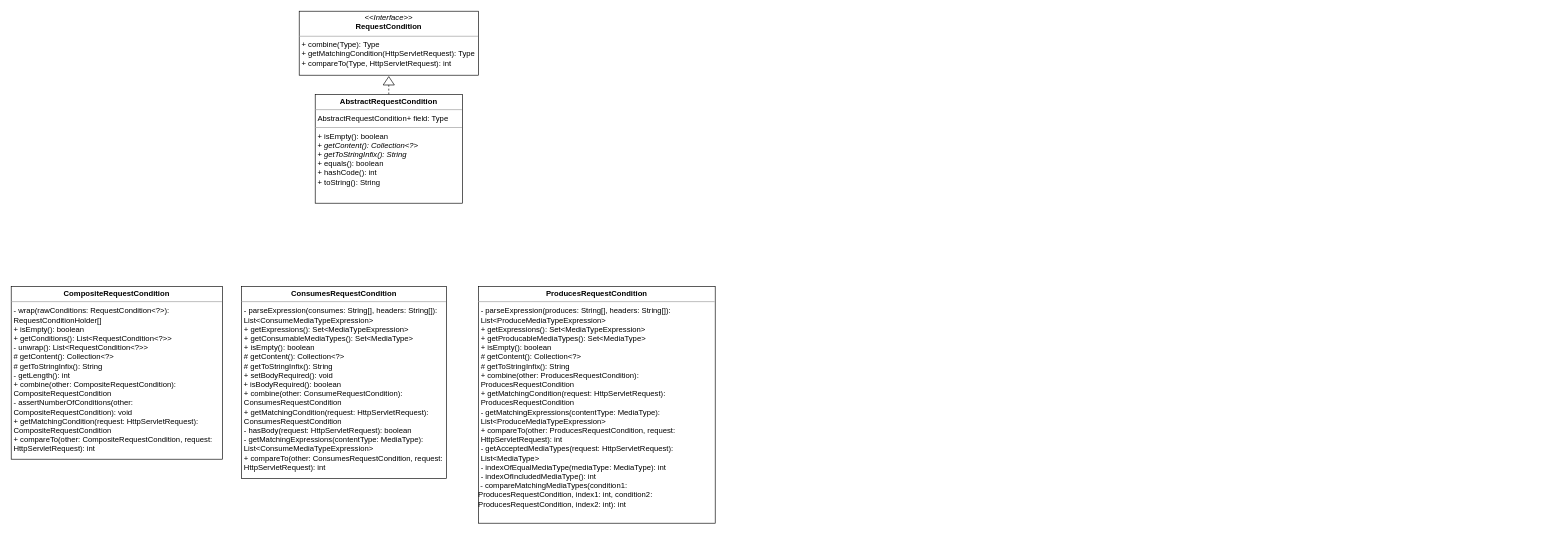
This is Untitled Diagram.drawio from Janette-Hua/111-1-Software-Engineering-Design, a draw.io file, before an edit. Source tidied: cells renumbered, new cells numbered last; positions are measured from the earlier drawing's top-left corner, leaving out a move shared by most shapes. Both pictures are drawn from the tidied source at 64%, with x=0, y=0 at pixel (11, 11).
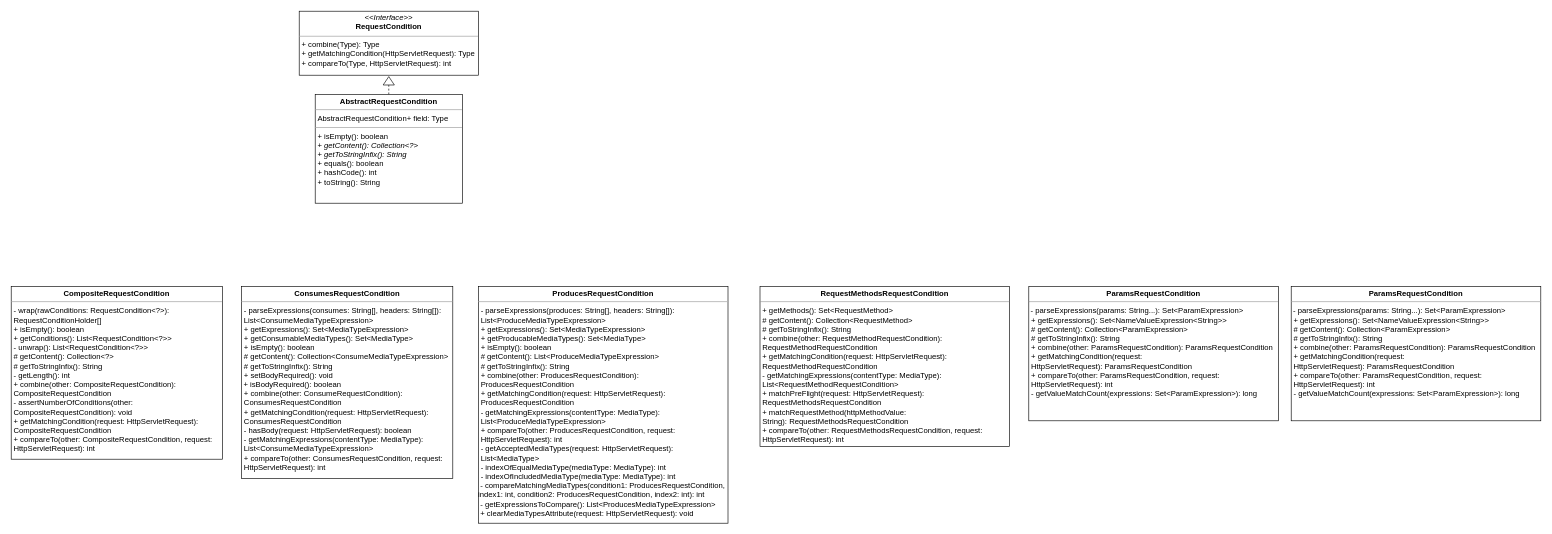
After the change.

The edit, as a diff of the source:
```diff
@@
 <mxGraphModel>
   <root>
     <mxCell id="0" />
     <mxCell id="1" parent="0" />
     <mxCell id="2" value="&lt;p style=&quot;margin:0px;margin-top:4px;text-align:center;&quot;&gt;&lt;i&gt;&amp;lt;&amp;lt;Interface&amp;gt;&amp;gt;&lt;/i&gt;&lt;br&gt;&lt;b&gt;RequestCondition&lt;/b&gt;&lt;/p&gt;&lt;hr size=&quot;1&quot;&gt;&lt;p style=&quot;margin:0px;margin-left:4px;&quot;&gt;+ combine(Type): Type&lt;br&gt;+&amp;nbsp;getMatchingCondition&lt;span style=&quot;background-color: initial;&quot;&gt;(HttpServletRequest): Type&lt;/span&gt;&lt;/p&gt;&lt;p style=&quot;margin:0px;margin-left:4px;&quot;&gt;&lt;span style=&quot;background-color: initial;&quot;&gt;+&amp;nbsp;&lt;/span&gt;compareTo(Type, HttpServletRequest): int&lt;/p&gt;" style="verticalAlign=top;align=left;overflow=fill;fontSize=12;fontFamily=Helvetica;html=1;whiteSpace=wrap;" parent="1" vertex="1">
       <mxGeometry x="450" width="280" height="100" as="geometry" />
     </mxCell>
     <mxCell id="3" style="triangle;whiteSpace=wrap;html=1;rotation=-90;" parent="1" vertex="1">
       <mxGeometry x="583.4" y="100" width="13.1" height="17.5" as="geometry" />
     </mxCell>
     <mxCell id="4" style="endArrow=none;dashed=1;html=1;rounded=0;entryX=0;entryY=0.5;entryDx=0;entryDy=0;" parent="1" edge="1" target="3">
       <mxGeometry relative="1" as="geometry">
         <mxPoint x="590" y="160" as="sourcePoint" />
       </mxGeometry>
     </mxCell>
     <mxCell id="5" value="&lt;p style=&quot;margin:0px;margin-top:4px;text-align:center;&quot;&gt;&lt;b&gt;AbstractRequestCondition&lt;/b&gt;&lt;/p&gt;&lt;hr size=&quot;1&quot;&gt;&lt;p style=&quot;margin:0px;margin-left:4px;&quot;&gt;AbstractRequestCondition+ field: Type&lt;/p&gt;&lt;hr size=&quot;1&quot;&gt;&lt;p style=&quot;margin:0px;margin-left:4px;&quot;&gt;+&amp;nbsp;isEmpty&lt;span style=&quot;background-color: initial;&quot;&gt;(): boolean&lt;/span&gt;&lt;/p&gt;&lt;p style=&quot;margin:0px;margin-left:4px;&quot;&gt;+ &lt;i&gt;getContent():&amp;nbsp;Collection&amp;lt;?&amp;gt;&lt;/i&gt;&lt;/p&gt;&lt;p style=&quot;margin:0px;margin-left:4px;&quot;&gt;+ &lt;i&gt;getToStringInfix(): String&lt;/i&gt;&lt;/p&gt;&lt;p style=&quot;margin:0px;margin-left:4px;&quot;&gt;+ equals(): boolean&lt;/p&gt;&lt;p style=&quot;margin:0px;margin-left:4px;&quot;&gt;+ hashCode(): int&lt;/p&gt;&lt;p style=&quot;margin:0px;margin-left:4px;&quot;&gt;+ toString(): String&lt;/p&gt;" style="verticalAlign=top;align=left;overflow=fill;fontSize=12;fontFamily=Helvetica;html=1;whiteSpace=wrap;" parent="1" vertex="1">
       <mxGeometry x="475" y="130" width="230" height="170" as="geometry" />
     </mxCell>
     <mxCell id="6" value="&lt;p style=&quot;margin:0px;margin-top:4px;text-align:center;&quot;&gt;&lt;b&gt;CompositeRequestCondition&lt;/b&gt;&lt;/p&gt;&lt;hr size=&quot;1&quot;&gt;&lt;p style=&quot;margin:0px;margin-left:4px;&quot;&gt;&lt;/p&gt;&lt;p style=&quot;margin:0px;margin-left:4px;&quot;&gt;- wrap(rawConditions: RequestCondition&amp;lt;?&amp;gt;): RequestConditionHolder[]&lt;/p&gt;&lt;p style=&quot;margin:0px;margin-left:4px;&quot;&gt;+&amp;nbsp;isEmpty&lt;span style=&quot;background-color: initial;&quot;&gt;(): boolean&lt;/span&gt;&lt;/p&gt;&lt;p style=&quot;margin:0px;margin-left:4px;&quot;&gt;&lt;span style=&quot;background-color: initial;&quot;&gt;+ getConditions(): List&amp;lt;RequestCondition&amp;lt;?&amp;gt;&amp;gt;&lt;/span&gt;&lt;/p&gt;&lt;p style=&quot;margin:0px;margin-left:4px;&quot;&gt;&lt;span style=&quot;background-color: initial;&quot;&gt;- unwrap(): List&amp;lt;RequestCondition&amp;lt;?&amp;gt;&amp;gt;&lt;/span&gt;&lt;/p&gt;&lt;p style=&quot;margin:0px;margin-left:4px;&quot;&gt;# getContent():&amp;nbsp;Collection&amp;lt;?&amp;gt;&lt;/p&gt;&lt;p style=&quot;margin:0px;margin-left:4px;&quot;&gt;# getToStringInfix(): String&lt;/p&gt;&lt;p style=&quot;margin:0px;margin-left:4px;&quot;&gt;- getLength(): int&lt;/p&gt;&lt;p style=&quot;margin:0px;margin-left:4px;&quot;&gt;+ combine(other: CompositeRequestCondition&lt;span style=&quot;background-color: initial;&quot;&gt;): CompositeRequestCondition&lt;/span&gt;&lt;/p&gt;&lt;p style=&quot;margin:0px;margin-left:4px;&quot;&gt;- assertNumberOfConditions(other: CompositeRequestCondition): void&lt;/p&gt;&lt;p style=&quot;margin:0px;margin-left:4px;&quot;&gt;+ getMatchingCondition(request: HttpServletRequest): CompositeRequestCondition&lt;/p&gt;&lt;p style=&quot;margin:0px;margin-left:4px;&quot;&gt;+ compareTo(other: CompositeRequestCondition, request: HttpServletRequest): int&lt;/p&gt;" style="verticalAlign=top;align=left;overflow=fill;fontSize=12;fontFamily=Helvetica;html=1;whiteSpace=wrap;" parent="1" vertex="1">
       <mxGeometry y="430" width="330" height="270" as="geometry" />
     </mxCell>
-    <mxCell id="7" value="&lt;p style=&quot;margin:0px;margin-top:4px;text-align:center;&quot;&gt;&lt;b&gt;ConsumesRequestCondition&lt;/b&gt;&lt;/p&gt;&lt;hr size=&quot;1&quot;&gt;&lt;p style=&quot;margin:0px;margin-left:4px;&quot;&gt;&lt;/p&gt;&lt;p style=&quot;margin:0px;margin-left:4px;&quot;&gt;- parseExpression(consumes: String[], headers: String[]): List&amp;lt;ConsumeMediaTypeExpression&amp;gt;&lt;/p&gt;&lt;p style=&quot;margin:0px;margin-left:4px;&quot;&gt;+ getExpressions(): Set&amp;lt;MediaTypeExpression&amp;gt;&lt;/p&gt;&lt;p style=&quot;margin:0px;margin-left:4px;&quot;&gt;+ getConsumableMediaTypes(): Set&amp;lt;MediaType&amp;gt;&lt;/p&gt;&lt;p style=&quot;margin:0px;margin-left:4px;&quot;&gt;+&amp;nbsp;isEmpty&lt;span style=&quot;background-color: initial;&quot;&gt;(): boolean&lt;/span&gt;&lt;/p&gt;&lt;p style=&quot;margin:0px;margin-left:4px;&quot;&gt;# getContent():&amp;nbsp;Collection&amp;lt;?&amp;gt;&lt;/p&gt;&lt;p style=&quot;margin:0px;margin-left:4px;&quot;&gt;# getToStringInfix(): String&lt;/p&gt;&lt;p style=&quot;margin:0px;margin-left:4px;&quot;&gt;+ setBodyRequired(): void&lt;/p&gt;&amp;nbsp;+ isBodyRequired(): boolean&lt;br&gt;&lt;p style=&quot;margin:0px;margin-left:4px;&quot;&gt;+ combine(other: ConsumeRequestCondition): ConsumesRequestCondition&lt;/p&gt;&lt;p style=&quot;margin:0px;margin-left:4px;&quot;&gt;+ getMatchingCondition(request: HttpServletRequest): ConsumesRequestCondition&lt;/p&gt;&lt;p style=&quot;margin:0px;margin-left:4px;&quot;&gt;- hasBody(request: HttpServletRequest): boolean&lt;/p&gt;&lt;p style=&quot;margin:0px;margin-left:4px;&quot;&gt;- getMatchingExpressions(contentType: MediaType): List&amp;lt;ConsumeMediaTypeExpression&amp;gt;&lt;/p&gt;&lt;p style=&quot;margin:0px;margin-left:4px;&quot;&gt;+ compareTo(other: ConsumesRequestCondition, request: HttpServletRequest): int&lt;/p&gt;" style="verticalAlign=top;align=left;overflow=fill;fontSize=12;fontFamily=Helvetica;html=1;whiteSpace=wrap;" parent="1" vertex="1">
-      <mxGeometry x="360" y="430" width="320" height="300" as="geometry" />
+    <mxCell id="7" value="&lt;p style=&quot;margin:0px;margin-top:4px;text-align:center;&quot;&gt;&lt;b&gt;ConsumesRequestCondition&lt;/b&gt;&lt;/p&gt;&lt;hr size=&quot;1&quot;&gt;&lt;p style=&quot;margin:0px;margin-left:4px;&quot;&gt;&lt;/p&gt;&lt;p style=&quot;margin:0px;margin-left:4px;&quot;&gt;- parseExpressions(consumes: String[], headers: String[]): List&amp;lt;ConsumeMediaTypeExpression&amp;gt;&lt;/p&gt;&lt;p style=&quot;margin:0px;margin-left:4px;&quot;&gt;+ getExpressions(): Set&amp;lt;MediaTypeExpression&amp;gt;&lt;/p&gt;&lt;p style=&quot;margin:0px;margin-left:4px;&quot;&gt;+ getConsumableMediaTypes(): Set&amp;lt;MediaType&amp;gt;&lt;/p&gt;&lt;p style=&quot;margin:0px;margin-left:4px;&quot;&gt;+&amp;nbsp;isEmpty&lt;span style=&quot;background-color: initial;&quot;&gt;(): boolean&lt;/span&gt;&lt;/p&gt;&lt;p style=&quot;margin:0px;margin-left:4px;&quot;&gt;# getContent():&amp;nbsp;Collection&amp;lt;ConsumeMediaTypeExpression&amp;gt;&lt;/p&gt;&lt;p style=&quot;margin:0px;margin-left:4px;&quot;&gt;# getToStringInfix(): String&lt;/p&gt;&lt;p style=&quot;margin:0px;margin-left:4px;&quot;&gt;+ setBodyRequired(): void&lt;/p&gt;&amp;nbsp;+ isBodyRequired(): boolean&lt;br&gt;&lt;p style=&quot;margin:0px;margin-left:4px;&quot;&gt;+ combine(other: ConsumeRequestCondition): ConsumesRequestCondition&lt;/p&gt;&lt;p style=&quot;margin:0px;margin-left:4px;&quot;&gt;+ getMatchingCondition(request: HttpServletRequest): ConsumesRequestCondition&lt;/p&gt;&lt;p style=&quot;margin:0px;margin-left:4px;&quot;&gt;- hasBody(request: HttpServletRequest): boolean&lt;/p&gt;&lt;p style=&quot;margin:0px;margin-left:4px;&quot;&gt;- getMatchingExpressions(contentType: MediaType): List&amp;lt;ConsumeMediaTypeExpression&amp;gt;&lt;/p&gt;&lt;p style=&quot;margin:0px;margin-left:4px;&quot;&gt;+ compareTo(other: ConsumesRequestCondition, request: HttpServletRequest): int&lt;/p&gt;" style="verticalAlign=top;align=left;overflow=fill;fontSize=12;fontFamily=Helvetica;html=1;whiteSpace=wrap;" parent="1" vertex="1">
+      <mxGeometry x="360" y="430" width="330" height="300" as="geometry" />
     </mxCell>
-    <mxCell id="8" value="&lt;p style=&quot;margin:0px;margin-top:4px;text-align:center;&quot;&gt;&lt;b&gt;ProducesRequestCondition&lt;/b&gt;&lt;/p&gt;&lt;hr size=&quot;1&quot;&gt;&lt;p style=&quot;margin:0px;margin-left:4px;&quot;&gt;&lt;/p&gt;&lt;p style=&quot;margin:0px;margin-left:4px;&quot;&gt;- parseExpression(produces: String[], headers: String[]): List&amp;lt;ProduceMediaTypeExpression&amp;gt;&lt;/p&gt;&lt;p style=&quot;margin:0px;margin-left:4px;&quot;&gt;+ getExpressions(): Set&amp;lt;MediaTypeExpression&amp;gt;&lt;/p&gt;&lt;p style=&quot;margin:0px;margin-left:4px;&quot;&gt;+ getProducableMediaTypes(): Set&amp;lt;MediaType&amp;gt;&lt;/p&gt;&lt;p style=&quot;margin:0px;margin-left:4px;&quot;&gt;+&amp;nbsp;isEmpty&lt;span style=&quot;background-color: initial;&quot;&gt;(): boolean&lt;/span&gt;&lt;/p&gt;&lt;p style=&quot;margin:0px;margin-left:4px;&quot;&gt;# getContent():&amp;nbsp;Collection&amp;lt;?&amp;gt;&lt;/p&gt;&lt;p style=&quot;margin:0px;margin-left:4px;&quot;&gt;# getToStringInfix(): String&lt;/p&gt;&lt;p style=&quot;margin:0px;margin-left:4px;&quot;&gt;+ combine(other: ProducesRequestCondition): ProducesRequestCondition&lt;/p&gt;&lt;p style=&quot;margin:0px;margin-left:4px;&quot;&gt;+ getMatchingCondition(request: HttpServletRequest): ProducesRequestCondition&lt;/p&gt;&lt;p style=&quot;margin:0px;margin-left:4px;&quot;&gt;&lt;span style=&quot;background-color: initial;&quot;&gt;- getMatchingExpressions(contentType: MediaType): List&amp;lt;ProduceMediaTypeExpression&amp;gt;&lt;/span&gt;&lt;br&gt;&lt;/p&gt;&lt;p style=&quot;margin:0px;margin-left:4px;&quot;&gt;+ compareTo(other: ProducesRequestCondition, request: HttpServletRequest): int&lt;/p&gt;&lt;p style=&quot;margin:0px;margin-left:4px;&quot;&gt;- getAcceptedMediaTypes(request: HttpServletRequest): List&amp;lt;MediaType&amp;gt;&lt;/p&gt;&lt;p style=&quot;margin:0px;margin-left:4px;&quot;&gt;- indexOfEqualMediaType(mediaType: MediaType): int&lt;/p&gt;&lt;p style=&quot;margin:0px;margin-left:4px;&quot;&gt;- indexOfIncludedMediaType(): int&lt;/p&gt;&amp;nbsp;- compareMatchingMediaTypes(condition1: ProducesRequestCondition, index1: int, condition2: ProducesRequestCondition, index2: int): int" style="verticalAlign=top;align=left;overflow=fill;fontSize=12;fontFamily=Helvetica;html=1;whiteSpace=wrap;" parent="1" vertex="1">
-      <mxGeometry x="730" y="430" width="370" height="370" as="geometry" />
+    <mxCell id="8" value="&lt;p style=&quot;margin:0px;margin-top:4px;text-align:center;&quot;&gt;&lt;b&gt;ProducesRequestCondition&lt;/b&gt;&lt;/p&gt;&lt;hr size=&quot;1&quot;&gt;&lt;p style=&quot;margin:0px;margin-left:4px;&quot;&gt;&lt;/p&gt;&lt;p style=&quot;margin:0px;margin-left:4px;&quot;&gt;- parseExpressions(produces: String[], headers: String[]): List&amp;lt;ProduceMediaTypeExpression&amp;gt;&lt;/p&gt;&lt;p style=&quot;margin:0px;margin-left:4px;&quot;&gt;+ getExpressions(): Set&amp;lt;MediaTypeExpression&amp;gt;&lt;/p&gt;&lt;p style=&quot;margin:0px;margin-left:4px;&quot;&gt;+ getProducableMediaTypes(): Set&amp;lt;MediaType&amp;gt;&lt;/p&gt;&lt;p style=&quot;margin:0px;margin-left:4px;&quot;&gt;+&amp;nbsp;isEmpty&lt;span style=&quot;background-color: initial;&quot;&gt;(): boolean&lt;/span&gt;&lt;/p&gt;&lt;p style=&quot;margin:0px;margin-left:4px;&quot;&gt;# getContent():&amp;nbsp;List&amp;lt;ProduceMediaTypeExpression&amp;gt;&lt;/p&gt;&lt;p style=&quot;margin:0px;margin-left:4px;&quot;&gt;# getToStringInfix(): String&lt;/p&gt;&lt;p style=&quot;margin:0px;margin-left:4px;&quot;&gt;+ combine(other: ProducesRequestCondition): ProducesRequestCondition&lt;/p&gt;&lt;p style=&quot;margin:0px;margin-left:4px;&quot;&gt;+ getMatchingCondition(request: HttpServletRequest): ProducesRequestCondition&lt;/p&gt;&lt;p style=&quot;margin:0px;margin-left:4px;&quot;&gt;&lt;span style=&quot;background-color: initial;&quot;&gt;- getMatchingExpressions(contentType: MediaType): List&amp;lt;ProduceMediaTypeExpression&amp;gt;&lt;/span&gt;&lt;br&gt;&lt;/p&gt;&lt;p style=&quot;margin:0px;margin-left:4px;&quot;&gt;+ compareTo(other: ProducesRequestCondition, request: HttpServletRequest): int&lt;/p&gt;&lt;p style=&quot;margin:0px;margin-left:4px;&quot;&gt;- getAcceptedMediaTypes(request: HttpServletRequest): List&amp;lt;MediaType&amp;gt;&lt;/p&gt;&lt;p style=&quot;margin:0px;margin-left:4px;&quot;&gt;- indexOfEqualMediaType(mediaType: MediaType): int&lt;/p&gt;&lt;p style=&quot;margin:0px;margin-left:4px;&quot;&gt;- indexOfIncludedMediaType(mediaType: MediaType): int&lt;/p&gt;&amp;nbsp;- compareMatchingMediaTypes(condition1: ProducesRequestCondition, index1: int, condition2: ProducesRequestCondition, index2: int): int&lt;br&gt;&amp;nbsp;-&amp;nbsp;getExpressionsToCompare(): List&amp;lt;ProducesMediaTypeExpression&amp;gt;&lt;br&gt;&amp;nbsp;+&amp;nbsp;clearMediaTypesAttribute(request: HttpServletRequest): void" style="verticalAlign=top;align=left;overflow=fill;fontSize=12;fontFamily=Helvetica;html=1;whiteSpace=wrap;" parent="1" vertex="1">
+      <mxGeometry x="730" y="430" width="390" height="370" as="geometry" />
     </mxCell>
+    <mxCell id="9" value="&lt;p style=&quot;margin:0px;margin-top:4px;text-align:center;&quot;&gt;&lt;b&gt;RequestMethodsRequestCondition&lt;/b&gt;&lt;/p&gt;&lt;hr size=&quot;1&quot;&gt;&lt;p style=&quot;margin:0px;margin-left:4px;&quot;&gt;&lt;/p&gt;&lt;p style=&quot;margin:0px;margin-left:4px;&quot;&gt;+ getMethods(): Set&amp;lt;RequestMethod&amp;gt;&lt;/p&gt;&lt;p style=&quot;margin:0px;margin-left:4px;&quot;&gt;# getContent():&amp;nbsp;Collection&amp;lt;RequestMethod&amp;gt;&lt;/p&gt;&lt;p style=&quot;margin:0px;margin-left:4px;&quot;&gt;# getToStringInfix(): String&lt;/p&gt;&lt;p style=&quot;margin:0px;margin-left:4px;&quot;&gt;+ combine(other: RequestMethodRequestCondition): RequestMethodRequestCondition&lt;/p&gt;&lt;p style=&quot;margin:0px;margin-left:4px;&quot;&gt;+ getMatchingCondition(request: HttpServletRequest): RequestMethodRequestCondition&lt;/p&gt;&lt;p style=&quot;margin:0px;margin-left:4px;&quot;&gt;&lt;span style=&quot;background-color: initial;&quot;&gt;- getMatchingExpressions(contentType: MediaType): List&amp;lt;RequestMethodRequestCondition&amp;gt;&lt;/span&gt;&lt;br&gt;&lt;/p&gt;&lt;p style=&quot;margin:0px;margin-left:4px;&quot;&gt;&lt;span style=&quot;background-color: initial;&quot;&gt;+&amp;nbsp;&lt;/span&gt;matchPreFlight(request: HttpServletRequest): RequestMethodsRequestCondition&lt;/p&gt;&lt;p style=&quot;margin:0px;margin-left:4px;&quot;&gt;+ matchRequestMethod(httpMethodValue: String):&amp;nbsp;RequestMethodsRequestCondition&lt;/p&gt;&lt;p style=&quot;margin:0px;margin-left:4px;&quot;&gt;+ compareTo(other:&amp;nbsp;RequestMethodsRequestCondition&lt;span style=&quot;background-color: initial;&quot;&gt;, request: HttpServletRequest): int&lt;/span&gt;&lt;/p&gt;&lt;p style=&quot;margin:0px;margin-left:4px;&quot;&gt;&lt;/p&gt;" style="verticalAlign=top;align=left;overflow=fill;fontSize=12;fontFamily=Helvetica;html=1;whiteSpace=wrap;" parent="1" vertex="1">
+      <mxGeometry x="1170" y="430" width="390" height="250" as="geometry" />
+    </mxCell>
+    <mxCell id="10" value="&lt;p style=&quot;margin:0px;margin-top:4px;text-align:center;&quot;&gt;&lt;b&gt;ParamsRequestCondition&lt;/b&gt;&lt;/p&gt;&lt;hr size=&quot;1&quot;&gt;&lt;p style=&quot;margin:0px;margin-left:4px;&quot;&gt;&lt;/p&gt;&amp;nbsp;- parseExpressions(params: String...): Set&amp;lt;ParamExpression&amp;gt;&lt;p style=&quot;margin:0px;margin-left:4px;&quot;&gt;+ getExpressions(): Set&amp;lt;NameValueExpression&amp;lt;String&amp;gt;&lt;span style=&quot;background-color: initial;&quot;&gt;&amp;gt;&lt;/span&gt;&lt;/p&gt;&lt;p style=&quot;margin:0px;margin-left:4px;&quot;&gt;# getContent():&amp;nbsp;Collection&amp;lt;ParamExpression&lt;span style=&quot;background-color: initial;&quot;&gt;&amp;gt;&lt;/span&gt;&lt;/p&gt;&lt;p style=&quot;margin:0px;margin-left:4px;&quot;&gt;# getToStringInfix(): String&lt;/p&gt;&lt;p style=&quot;margin:0px;margin-left:4px;&quot;&gt;+ combine(other:&amp;nbsp;ParamsRequestCondition&lt;span style=&quot;background-color: initial;&quot;&gt;):&amp;nbsp;&lt;/span&gt;ParamsRequestCondition&lt;/p&gt;&lt;p style=&quot;margin:0px;margin-left:4px;&quot;&gt;+ getMatchingCondition(request: HttpServletRequest):&amp;nbsp;ParamsRequestCondition&lt;/p&gt;&lt;p style=&quot;margin:0px;margin-left:4px;&quot;&gt;+ compareTo(other:&amp;nbsp;ParamsRequestCondition&lt;span style=&quot;background-color: initial;&quot;&gt;, request: HttpServletRequest): int&lt;/span&gt;&lt;/p&gt;&lt;p style=&quot;margin:0px;margin-left:4px;&quot;&gt;&lt;span style=&quot;background-color: initial;&quot;&gt;- getValueMatchCount(expressions: Set&amp;lt;ParamExpression&amp;gt;): long&lt;/span&gt;&lt;/p&gt;&lt;p style=&quot;margin:0px;margin-left:4px;&quot;&gt;&lt;/p&gt;" style="verticalAlign=top;align=left;overflow=fill;fontSize=12;fontFamily=Helvetica;html=1;whiteSpace=wrap;" parent="1" vertex="1">
+      <mxGeometry x="1590" y="430" width="390" height="210" as="geometry" />
+    </mxCell>
+    <mxCell id="11" value="&lt;p style=&quot;margin:0px;margin-top:4px;text-align:center;&quot;&gt;&lt;b&gt;ParamsRequestCondition&lt;/b&gt;&lt;/p&gt;&lt;hr size=&quot;1&quot;&gt;&lt;p style=&quot;margin:0px;margin-left:4px;&quot;&gt;&lt;/p&gt;&amp;nbsp;- parseExpressions(params: String...): Set&amp;lt;ParamExpression&amp;gt;&lt;p style=&quot;margin:0px;margin-left:4px;&quot;&gt;+ getExpressions(): Set&amp;lt;NameValueExpression&amp;lt;String&amp;gt;&lt;span style=&quot;background-color: initial;&quot;&gt;&amp;gt;&lt;/span&gt;&lt;/p&gt;&lt;p style=&quot;margin:0px;margin-left:4px;&quot;&gt;# getContent():&amp;nbsp;Collection&amp;lt;ParamExpression&lt;span style=&quot;background-color: initial;&quot;&gt;&amp;gt;&lt;/span&gt;&lt;/p&gt;&lt;p style=&quot;margin:0px;margin-left:4px;&quot;&gt;# getToStringInfix(): String&lt;/p&gt;&lt;p style=&quot;margin:0px;margin-left:4px;&quot;&gt;+ combine(other:&amp;nbsp;ParamsRequestCondition&lt;span style=&quot;background-color: initial;&quot;&gt;):&amp;nbsp;&lt;/span&gt;ParamsRequestCondition&lt;/p&gt;&lt;p style=&quot;margin:0px;margin-left:4px;&quot;&gt;+ getMatchingCondition(request: HttpServletRequest):&amp;nbsp;ParamsRequestCondition&lt;/p&gt;&lt;p style=&quot;margin:0px;margin-left:4px;&quot;&gt;+ compareTo(other:&amp;nbsp;ParamsRequestCondition&lt;span style=&quot;background-color: initial;&quot;&gt;, request: HttpServletRequest): int&lt;/span&gt;&lt;/p&gt;&lt;p style=&quot;margin:0px;margin-left:4px;&quot;&gt;&lt;span style=&quot;background-color: initial;&quot;&gt;- getValueMatchCount(expressions: Set&amp;lt;ParamExpression&amp;gt;): long&lt;/span&gt;&lt;/p&gt;&lt;p style=&quot;margin:0px;margin-left:4px;&quot;&gt;&lt;/p&gt;" style="verticalAlign=top;align=left;overflow=fill;fontSize=12;fontFamily=Helvetica;html=1;whiteSpace=wrap;" parent="1" vertex="1">
+      <mxGeometry x="2000" y="430" width="390" height="210" as="geometry" />
+    </mxCell>
   </root>
 </mxGraphModel>
```
